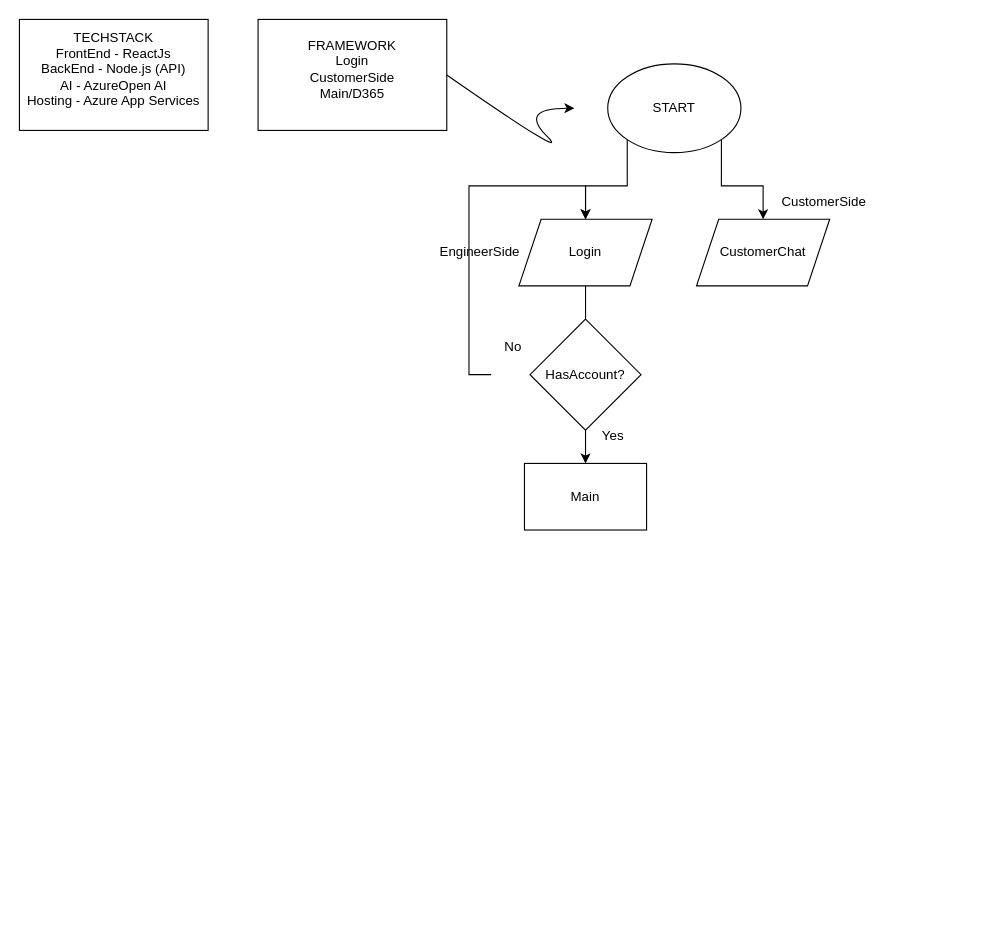
Before: backup.drawio in Ndkorr/ai-customer-profiler, a draw.io diagram. Source tidied: cells renumbered, new cells numbered last; positions are measured from the earlier drawing's top-left corner, leaving out a move shared by most shapes. Both pictures are drawn from the tidied source at 111%, with x=0, y=0 at pixel (19, 19).
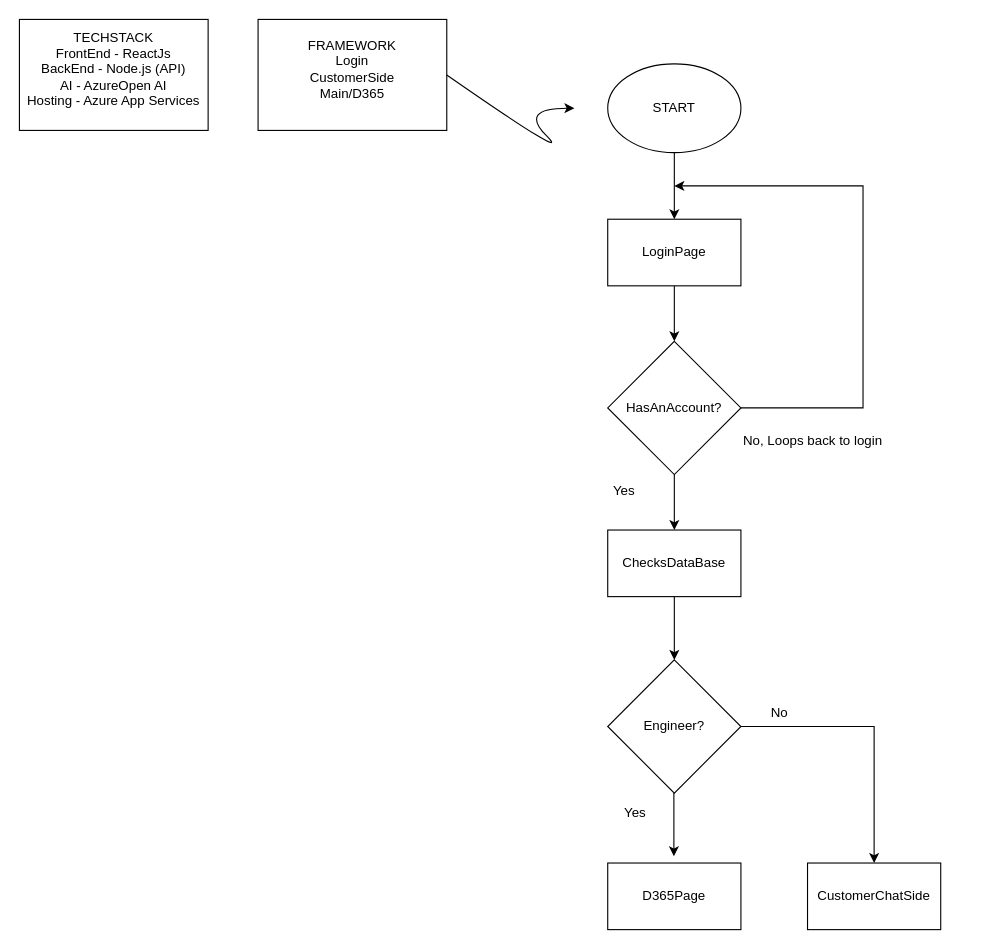
Above is the later version.

Unchanged cells that the change refers to:
```xml
<mxCell id="8" style="ellipse;whiteSpace=wrap;html=1;fontSize=11;" parent="1" vertex="1">
  <mxGeometry x="530" y="40" width="120" height="80" as="geometry" />
</mxCell>
```

Diff of the diagram source:
```diff
@@
-    <mxCell id="7" style="edgeStyle=orthogonalEdgeStyle;rounded=0;jettySize=auto;html=1;exitX=0;exitY=1;exitDx=0;exitDy=0;entryX=0.5;entryY=0;entryDx=0;entryDy=0;" parent="1" edge="1" source="8" target="11">
-      <mxGeometry relative="1" as="geometry" />
-    </mxCell>
+    <mxCell id="26" style="edgeStyle=orthogonalEdgeStyle;rounded=0;jettySize=auto;html=1;" parent="1" edge="1" source="8" target="28">
+      <mxGeometry relative="1" as="geometry" />
+    </mxCell>
@@
-    <mxCell id="10" style="edgeStyle=orthogonalEdgeStyle;rounded=0;jettySize=auto;html=1;" parent="1" edge="1" source="11" target="21">
-      <mxGeometry relative="1" as="geometry" />
-    </mxCell>
-    <mxCell id="11" style="shape=parallelogram;perimeter=parallelogramPerimeter;whiteSpace=wrap;html=1;fixedSize=1;" parent="1" vertex="1">
-      <mxGeometry x="450" y="180" width="120" height="60" as="geometry" />
-    </mxCell>
-    <mxCell id="12" style="shape=parallelogram;perimeter=parallelogramPerimeter;whiteSpace=wrap;html=1;fixedSize=1;" parent="1" vertex="1">
-      <mxGeometry x="610" y="180" width="120" height="60" as="geometry" />
-    </mxCell>
-    <mxCell id="13" style="edgeStyle=orthogonalEdgeStyle;rounded=0;jettySize=auto;html=1;exitX=1;exitY=1;exitDx=0;exitDy=0;" parent="1" edge="1" source="8" target="12">
-      <mxGeometry relative="1" as="geometry" />
-    </mxCell>
-    <mxCell id="14" value="Login" style="text;html=1;align=center;verticalAlign=middle;whiteSpace=wrap;rounded=0;" parent="1" vertex="1">
-      <mxGeometry x="425" y="195" width="170" height="30" as="geometry" />
-    </mxCell>
-    <mxCell id="15" value="EngineerSide" style="text;html=1;align=center;verticalAlign=middle;whiteSpace=wrap;rounded=0;" parent="1" vertex="1">
-      <mxGeometry x="370" y="195" width="90" height="30" as="geometry" />
-    </mxCell>
-    <mxCell id="16" value="CustomerSide" style="text;html=1;align=center;verticalAlign=middle;whiteSpace=wrap;rounded=0;" parent="1" vertex="1">
-      <mxGeometry x="640" y="150" width="170" height="30" as="geometry" />
-    </mxCell>
-    <mxCell id="17" style="rounded=0;whiteSpace=wrap;html=1;" parent="1" vertex="1">
-      <mxGeometry x="455" y="400" width="110" height="60" as="geometry" />
-    </mxCell>
-    <mxCell id="18" style="edgeStyle=orthogonalEdgeStyle;rounded=0;jettySize=auto;html=1;" parent="1" edge="1" source="19" target="17">
-      <mxGeometry relative="1" as="geometry" />
-    </mxCell>
-    <mxCell id="19" style="rhombus;whiteSpace=wrap;html=1;" parent="1" vertex="1">
-      <mxGeometry x="460" y="270" width="100" height="100" as="geometry" />
-    </mxCell>
-    <mxCell id="20" style="edgeStyle=orthogonalEdgeStyle;rounded=0;jettySize=auto;html=1;exitX=0;exitY=0.5;exitDx=0;exitDy=0;entryX=0.5;entryY=0;entryDx=0;entryDy=0;" parent="1" edge="1" source="21" target="11">
-      <mxGeometry relative="1" as="geometry">
-        <Array as="points">
-          <mxPoint x="405" y="320" />
-          <mxPoint x="405" y="150" />
-          <mxPoint x="510" y="150" />
-        </Array>
-      </mxGeometry>
-    </mxCell>
-    <mxCell id="21" value="HasAccount?" style="text;html=1;align=center;verticalAlign=middle;whiteSpace=wrap;rounded=0;" parent="1" vertex="1">
-      <mxGeometry x="425" y="305" width="170" height="30" as="geometry" />
-    </mxCell>
-    <mxCell id="22" value="Yes" style="text;html=1;align=center;verticalAlign=middle;whiteSpace=wrap;rounded=0;" parent="1" vertex="1">
-      <mxGeometry x="490" y="360" width="90" height="30" as="geometry" />
-    </mxCell>
+    <mxCell id="27" style="edgeStyle=orthogonalEdgeStyle;rounded=0;jettySize=auto;html=1;" parent="1" edge="1" source="28" target="30">
+      <mxGeometry relative="1" as="geometry" />
+    </mxCell>
+    <mxCell id="28" style="rounded=0;whiteSpace=wrap;html=1;" parent="1" vertex="1">
+      <mxGeometry x="530" y="180" width="120" height="60" as="geometry" />
+    </mxCell>
+    <mxCell id="29" style="edgeStyle=orthogonalEdgeStyle;rounded=0;jettySize=auto;html=1;" parent="1" edge="1" source="30" target="31">
+      <mxGeometry relative="1" as="geometry" />
+    </mxCell>
+    <mxCell id="30" style="rhombus;whiteSpace=wrap;html=1;" parent="1" vertex="1">
+      <mxGeometry x="530" y="290" width="120" height="120" as="geometry" />
+    </mxCell>
+    <mxCell id="31" style="whiteSpace=wrap;html=1;" parent="1" vertex="1">
+      <mxGeometry x="530" y="460" width="120" height="60" as="geometry" />
+    </mxCell>
+    <mxCell id="32" style="endArrow=classic;html=1;rounded=0;exitX=1;exitY=0.5;exitDx=0;exitDy=0;" parent="1" edge="1" source="30">
+      <mxGeometry relative="1" as="geometry">
+        <mxPoint x="590" y="150" as="targetPoint" />
+        <Array as="points">
+          <mxPoint x="760" y="350" />
+          <mxPoint x="760" y="260" />
+          <mxPoint x="760" y="150" />
+        </Array>
+      </mxGeometry>
+    </mxCell>
+    <mxCell id="33" value="LoginPage" style="text;html=1;align=center;verticalAlign=middle;whiteSpace=wrap;rounded=0;" parent="1" vertex="1">
+      <mxGeometry x="505" y="195" width="170" height="30" as="geometry" />
+    </mxCell>
+    <mxCell id="34" value="HasAnAccount?" style="text;html=1;align=center;verticalAlign=middle;whiteSpace=wrap;rounded=0;" parent="1" vertex="1">
+      <mxGeometry x="505" y="335" width="170" height="30" as="geometry" />
+    </mxCell>
+    <mxCell id="35" value="Yes" style="text;html=1;align=center;verticalAlign=middle;whiteSpace=wrap;rounded=0;" parent="1" vertex="1">
+      <mxGeometry x="460" y="410" width="170" height="30" as="geometry" />
+    </mxCell>
+    <mxCell id="36" value="No, Loops back to login" style="text;html=1;align=center;verticalAlign=middle;whiteSpace=wrap;rounded=0;" parent="1" vertex="1">
+      <mxGeometry x="630" y="365" width="170" height="30" as="geometry" />
+    </mxCell>
+    <mxCell id="37" value="ChecksDataBase" style="text;html=1;align=center;verticalAlign=middle;whiteSpace=wrap;rounded=0;" parent="1" vertex="1">
+      <mxGeometry x="505" y="475" width="170" height="30" as="geometry" />
+    </mxCell>
+    <mxCell id="38" style="rhombus;whiteSpace=wrap;html=1;" parent="1" vertex="1">
+      <mxGeometry x="530" y="577" width="120" height="120" as="geometry" />
+    </mxCell>
+    <mxCell id="39" style="endArrow=classic;html=1;rounded=0;exitX=0.5;exitY=1;exitDx=0;exitDy=0;entryX=0.5;entryY=0;entryDx=0;entryDy=0;" parent="1" edge="1" source="31" target="38">
+      <mxGeometry relative="1" as="geometry" />
+    </mxCell>
+    <mxCell id="40" value="Engineer?" style="text;html=1;align=center;verticalAlign=middle;whiteSpace=wrap;rounded=0;" parent="1" vertex="1">
+      <mxGeometry x="530" y="622" width="120" height="30" as="geometry" />
+    </mxCell>
+    <mxCell id="41" style="endArrow=classic;html=1;rounded=0;exitX=0.5;exitY=1;exitDx=0;exitDy=0;entryX=0.5;entryY=0;entryDx=0;entryDy=0;" parent="1" edge="1">
+      <mxGeometry relative="1" as="geometry">
+        <mxPoint x="589.6" y="697" as="sourcePoint" />
+        <mxPoint x="589.6" y="754" as="targetPoint" />
+      </mxGeometry>
+    </mxCell>
+    <mxCell id="42" style="rounded=0;whiteSpace=wrap;html=1;" parent="1" vertex="1">
+      <mxGeometry x="530" y="760" width="120" height="60" as="geometry" />
+    </mxCell>
+    <mxCell id="43" value="D365Page" style="text;html=1;align=center;verticalAlign=middle;whiteSpace=wrap;rounded=0;" parent="1" vertex="1">
+      <mxGeometry x="505" y="775" width="170" height="30" as="geometry" />
+    </mxCell>
+    <mxCell id="44" style="rounded=0;whiteSpace=wrap;html=1;" parent="1" vertex="1">
+      <mxGeometry x="710" y="760" width="120" height="60" as="geometry" />
+    </mxCell>
+    <mxCell id="45" style="endArrow=classic;html=1;rounded=0;entryX=0.5;entryY=0;entryDx=0;entryDy=0;" parent="1" edge="1" source="40" target="44">
+      <mxGeometry relative="1" as="geometry">
+        <Array as="points">
+          <mxPoint x="770" y="637" />
+        </Array>
+      </mxGeometry>
+    </mxCell>
+    <mxCell id="46" value="Yes" style="text;html=1;align=center;verticalAlign=middle;whiteSpace=wrap;rounded=0;" parent="1" vertex="1">
+      <mxGeometry x="470" y="700" width="170" height="30" as="geometry" />
+    </mxCell>
     <mxCell id="23" value="No" style="text;html=1;align=center;verticalAlign=middle;whiteSpace=wrap;rounded=0;" parent="1" vertex="1">
-      <mxGeometry x="400" y="280" width="90" height="30" as="geometry" />
+      <mxGeometry x="600" y="610" width="170" height="30" as="geometry" />
     </mxCell>
-    <mxCell id="24" value="Main" style="text;html=1;align=center;verticalAlign=middle;whiteSpace=wrap;rounded=0;" parent="1" vertex="1">
-      <mxGeometry x="465" y="415" width="90" height="30" as="geometry" />
-    </mxCell>
-    <mxCell id="25" value="CustomerChat" style="text;html=1;align=center;verticalAlign=middle;whiteSpace=wrap;rounded=0;" parent="1" vertex="1">
-      <mxGeometry x="585" y="195" width="170" height="30" as="geometry" />
-    </mxCell>
+    <mxCell id="47" value="CustomerChatSide" style="text;html=1;align=center;verticalAlign=middle;whiteSpace=wrap;rounded=0;" parent="1" vertex="1">
+      <mxGeometry x="685" y="775" width="170" height="30" as="geometry" />
+    </mxCell>
```
